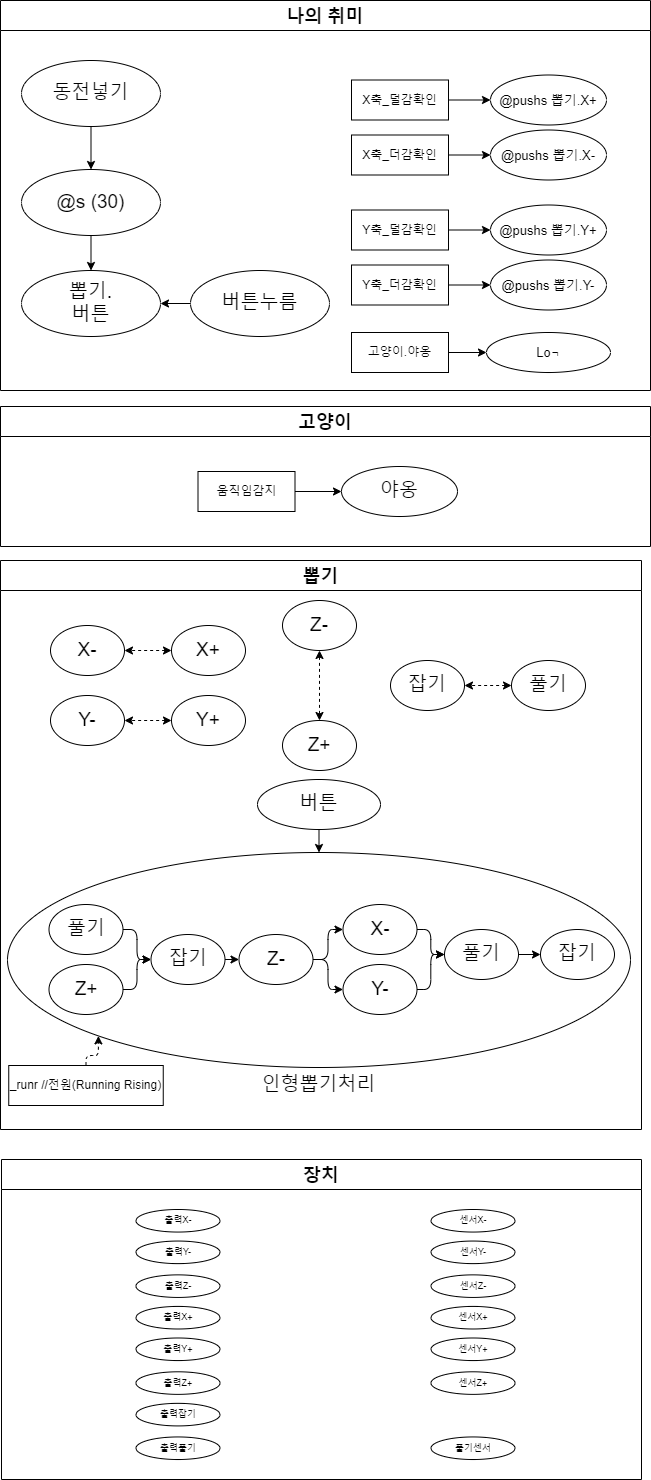
Before: MySystem/png/my4.dio.png, a diagram exported from draw.io (DualsoftDev/ds). Source tidied: cells renumbered, new cells last; positions are measured from the earlier drawing's top-left corner, leaving out a move shared by most shapes.
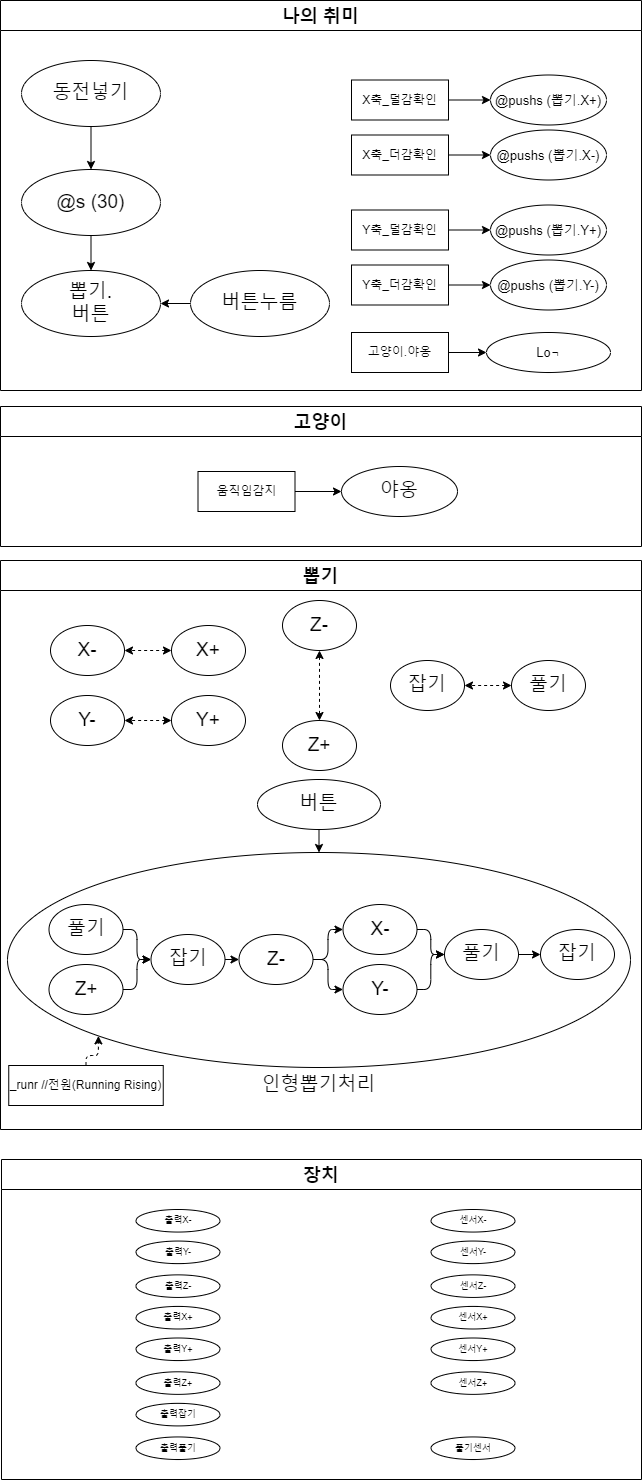
Later version of the same file.

Change to the diagram source:
```diff
@@ -107,7 +107,7 @@
       <mxGeometry x="257" y="219" width="123" height="50" as="geometry" />
     </mxCell>
     <mxCell id="36" value="나의 취미" style="swimlane;labelBackgroundColor=#FFFFFF;fontColor=none;fontSize=18;startSize=30;" parent="1" vertex="1">
-      <mxGeometry width="650" height="390" as="geometry" />
+      <mxGeometry width="641" height="390" as="geometry" />
     </mxCell>
     <mxCell id="37" style="edgeStyle=orthogonalEdgeStyle;html=1;exitX=1;exitY=0.5;exitDx=0;exitDy=0;startArrow=none;startFill=0;" parent="36" edge="1" source="38" target="41">
       <mxGeometry relative="1" as="geometry" />
@@ -121,13 +121,13 @@
     <mxCell id="40" value="동전넣기" style="ellipse;whiteSpace=wrap;html=1;labelBackgroundColor=#FFFFFF;fontColor=none;fontSize=19;" parent="36" vertex="1">
       <mxGeometry x="21" y="60" width="139" height="66" as="geometry" />
     </mxCell>
-    <mxCell id="41" value="@pushs 뽑기.X-" style="ellipse;whiteSpace=wrap;html=1;labelBackgroundColor=#FFFFFF;fontColor=none;fontSize=13;" parent="36" vertex="1">
+    <mxCell id="41" value="@pushs (뽑기.X-)" style="ellipse;whiteSpace=wrap;html=1;labelBackgroundColor=#FFFFFF;fontColor=none;fontSize=13;" parent="36" vertex="1">
       <mxGeometry x="490" y="129.5" width="116" height="50" as="geometry" />
     </mxCell>
     <mxCell id="42" value="Y축_덜감확인" style="rounded=0;whiteSpace=wrap;html=1;" parent="36" vertex="1">
       <mxGeometry x="351" y="209.5" width="97" height="40" as="geometry" />
     </mxCell>
-    <mxCell id="43" value="@pushs 뽑기.Y+" style="ellipse;whiteSpace=wrap;html=1;labelBackgroundColor=#FFFFFF;fontColor=none;fontSize=13;" parent="36" vertex="1">
+    <mxCell id="43" value="@pushs (뽑기.Y+)" style="ellipse;whiteSpace=wrap;html=1;labelBackgroundColor=#FFFFFF;fontColor=none;fontSize=13;" parent="36" vertex="1">
       <mxGeometry x="490" y="204.5" width="116" height="50" as="geometry" />
     </mxCell>
     <mxCell id="44" style="edgeStyle=orthogonalEdgeStyle;html=1;exitX=1;exitY=0.5;exitDx=0;exitDy=0;startArrow=none;startFill=0;" parent="36" edge="1" source="42" target="43">
@@ -145,7 +145,7 @@
     <mxCell id="48" value="Y축_더감확인" style="rounded=0;whiteSpace=wrap;html=1;" parent="36" vertex="1">
       <mxGeometry x="351" y="264.5" width="97" height="40" as="geometry" />
     </mxCell>
-    <mxCell id="49" value="@pushs 뽑기.Y-" style="ellipse;whiteSpace=wrap;html=1;labelBackgroundColor=#FFFFFF;fontColor=none;fontSize=13;" parent="36" vertex="1">
+    <mxCell id="49" value="@pushs (뽑기.Y-)" style="ellipse;whiteSpace=wrap;html=1;labelBackgroundColor=#FFFFFF;fontColor=none;fontSize=13;" parent="36" vertex="1">
       <mxGeometry x="490" y="259.5" width="116" height="50" as="geometry" />
     </mxCell>
     <mxCell id="50" style="edgeStyle=orthogonalEdgeStyle;html=1;exitX=1;exitY=0.5;exitDx=0;exitDy=0;startArrow=none;startFill=0;" parent="36" edge="1" source="48" target="49">
@@ -154,7 +154,7 @@
     <mxCell id="51" value="X축_덜감확인" style="rounded=0;whiteSpace=wrap;html=1;" parent="36" vertex="1">
       <mxGeometry x="351" y="79.5" width="97" height="40" as="geometry" />
     </mxCell>
-    <mxCell id="52" value="@pushs 뽑기.X+" style="ellipse;whiteSpace=wrap;html=1;labelBackgroundColor=#FFFFFF;fontColor=none;fontSize=13;" parent="36" vertex="1">
+    <mxCell id="52" value="@pushs (뽑기.X+)" style="ellipse;whiteSpace=wrap;html=1;labelBackgroundColor=#FFFFFF;fontColor=none;fontSize=13;" parent="36" vertex="1">
       <mxGeometry x="490" y="74.5" width="116" height="50" as="geometry" />
     </mxCell>
     <mxCell id="53" style="edgeStyle=orthogonalEdgeStyle;html=1;exitX=1;exitY=0.5;exitDx=0;exitDy=0;startArrow=none;startFill=0;" parent="36" edge="1" source="51" target="52">
@@ -176,7 +176,7 @@
       <mxGeometry x="486" y="332" width="124" height="40" as="geometry" />
     </mxCell>
     <mxCell id="59" value="고양이" style="swimlane;labelBackgroundColor=#FFFFFF;fontColor=none;fontSize=18;startSize=30;" parent="1" vertex="1">
-      <mxGeometry y="406" width="650" height="140" as="geometry" />
+      <mxGeometry y="406" width="641" height="140" as="geometry" />
     </mxCell>
     <mxCell id="60" value="움직임감지" style="rounded=0;whiteSpace=wrap;html=1;" parent="59" vertex="1">
       <mxGeometry x="197.5" y="65" width="97" height="40" as="geometry" />
```
